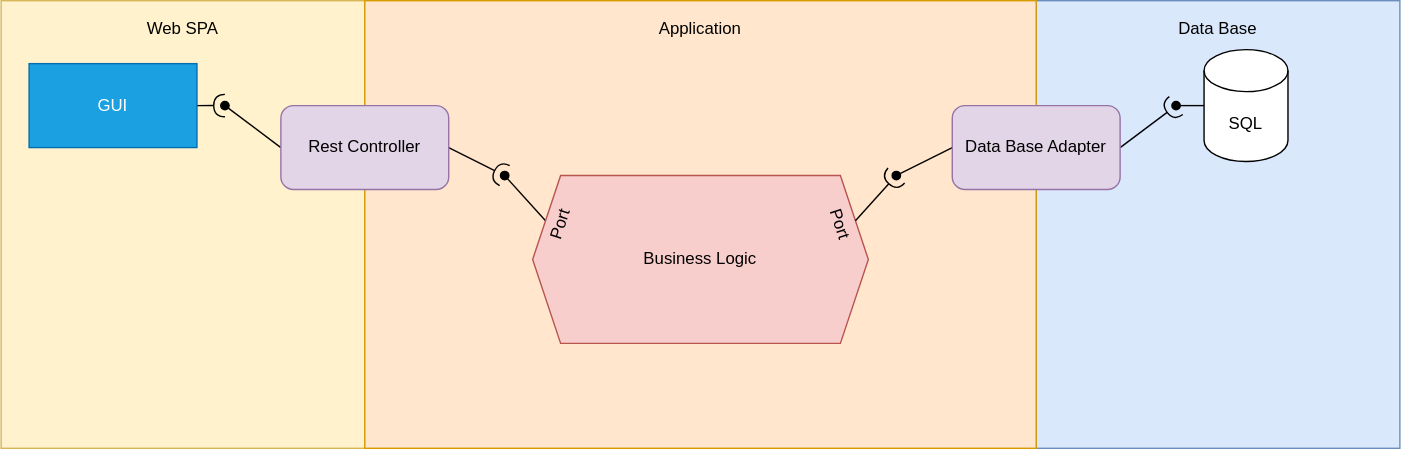
The draw.io diagram images/charts/component.svg in Mihyich/PPO, before a commit. Source tidied: cells renumbered, new cells last; positions are measured from the earlier drawing's top-left corner, leaving out a move shared by most shapes. Its diagram source:
```xml
<mxGraphModel>
  <root>
    <mxCell id="0" />
    <mxCell id="1" parent="0" />
    <mxCell id="2" style="rounded=0;whiteSpace=wrap;html=1;fillColor=#fff2cc;strokeColor=#d6b656;" parent="1" vertex="1">
      <mxGeometry width="260" height="320" as="geometry" />
    </mxCell>
    <mxCell id="3" style="rounded=0;whiteSpace=wrap;html=1;fillColor=#dae8fc;strokeColor=#6c8ebf;" parent="1" vertex="1">
      <mxGeometry x="740" width="260" height="320" as="geometry" />
    </mxCell>
    <mxCell id="4" style="rounded=0;whiteSpace=wrap;html=1;fillColor=#ffe6cc;strokeColor=#d79b00;" parent="1" vertex="1">
      <mxGeometry x="260" width="480" height="320" as="geometry" />
    </mxCell>
    <mxCell id="5" style="edgeStyle=none;html=1;exitX=0;exitY=0.25;exitDx=0;exitDy=0;endArrow=oval;endFill=1;" parent="1" edge="1" source="6">
      <mxGeometry relative="1" as="geometry">
        <mxPoint x="360" y="125" as="targetPoint" />
      </mxGeometry>
    </mxCell>
    <mxCell id="6" value="Business Logic" style="shape=hexagon;perimeter=hexagonPerimeter2;whiteSpace=wrap;html=1;fixedSize=1;fillColor=#f8cecc;strokeColor=#b85450;" parent="1" vertex="1">
      <mxGeometry x="380" y="125" width="240" height="120" as="geometry" />
    </mxCell>
    <mxCell id="7" value="Port" style="text;html=1;align=center;verticalAlign=middle;whiteSpace=wrap;rounded=0;rotation=-72;" parent="1" vertex="1">
      <mxGeometry x="370" y="145" width="60" height="30" as="geometry" />
    </mxCell>
    <mxCell id="8" value="Port" style="text;html=1;align=center;verticalAlign=middle;whiteSpace=wrap;rounded=0;rotation=72;" parent="1" vertex="1">
      <mxGeometry x="570" y="145" width="60" height="30" as="geometry" />
    </mxCell>
    <mxCell id="9" style="edgeStyle=none;html=1;exitX=1;exitY=0.5;exitDx=0;exitDy=0;endArrow=halfCircle;endFill=0;" parent="1" edge="1" source="10">
      <mxGeometry relative="1" as="geometry">
        <mxPoint x="160" y="74.9" as="targetPoint" />
      </mxGeometry>
    </mxCell>
    <mxCell id="10" value="GUI" style="rounded=0;whiteSpace=wrap;html=1;fillColor=#1ba1e2;strokeColor=#006EAF;fontColor=#ffffff;" parent="1" vertex="1">
      <mxGeometry x="20" y="45" width="120" height="60" as="geometry" />
    </mxCell>
    <mxCell id="11" style="edgeStyle=none;html=1;exitX=1;exitY=0.5;exitDx=0;exitDy=0;endArrow=halfCircle;endFill=0;" parent="1" edge="1" source="13">
      <mxGeometry relative="1" as="geometry">
        <mxPoint x="360" y="125" as="targetPoint" />
      </mxGeometry>
    </mxCell>
    <mxCell id="12" style="edgeStyle=none;html=1;exitX=0;exitY=0.5;exitDx=0;exitDy=0;endArrow=oval;endFill=1;" parent="1" edge="1" source="13">
      <mxGeometry relative="1" as="geometry">
        <mxPoint x="160" y="75" as="targetPoint" />
      </mxGeometry>
    </mxCell>
    <mxCell id="13" value="Rest Controller" style="rounded=1;whiteSpace=wrap;html=1;fillColor=#e1d5e7;strokeColor=#9673a6;" parent="1" vertex="1">
      <mxGeometry x="200" y="75" width="120" height="60" as="geometry" />
    </mxCell>
    <mxCell id="14" style="html=1;exitX=0;exitY=0.5;exitDx=0;exitDy=0;endArrow=oval;endFill=1;" parent="1" edge="1" source="16">
      <mxGeometry relative="1" as="geometry">
        <mxPoint x="640" y="125" as="targetPoint" />
      </mxGeometry>
    </mxCell>
    <mxCell id="15" style="edgeStyle=none;html=1;exitX=1;exitY=0.5;exitDx=0;exitDy=0;endArrow=halfCircle;endFill=0;" parent="1" edge="1" source="16">
      <mxGeometry relative="1" as="geometry">
        <mxPoint x="840" y="75" as="targetPoint" />
      </mxGeometry>
    </mxCell>
    <mxCell id="16" value="Data Base Adapter" style="rounded=1;whiteSpace=wrap;html=1;fillColor=#e1d5e7;strokeColor=#9673a6;" parent="1" vertex="1">
      <mxGeometry x="680" y="75" width="120" height="60" as="geometry" />
    </mxCell>
    <mxCell id="17" value="Application" style="text;html=1;align=center;verticalAlign=middle;whiteSpace=wrap;rounded=0;" parent="1" vertex="1">
      <mxGeometry x="470" y="5" width="60" height="30" as="geometry" />
    </mxCell>
    <mxCell id="18" value="Data Base" style="text;html=1;align=center;verticalAlign=middle;whiteSpace=wrap;rounded=0;" parent="1" vertex="1">
      <mxGeometry x="840" y="5" width="60" height="30" as="geometry" />
    </mxCell>
    <mxCell id="19" value="Web SPA" style="text;html=1;align=center;verticalAlign=middle;whiteSpace=wrap;rounded=0;" parent="1" vertex="1">
      <mxGeometry x="100" y="5" width="60" height="30" as="geometry" />
    </mxCell>
    <mxCell id="20" style="html=1;exitX=1;exitY=0.25;exitDx=0;exitDy=0;endArrow=halfCircle;endFill=0;" parent="1" edge="1" source="6">
      <mxGeometry relative="1" as="geometry">
        <mxPoint x="640" y="125" as="targetPoint" />
      </mxGeometry>
    </mxCell>
    <mxCell id="21" style="edgeStyle=none;html=1;exitX=0;exitY=0.5;exitDx=0;exitDy=0;exitPerimeter=0;endArrow=oval;endFill=1;" parent="1" edge="1" source="22">
      <mxGeometry relative="1" as="geometry">
        <mxPoint x="840" y="75" as="targetPoint" />
      </mxGeometry>
    </mxCell>
    <mxCell id="22" value="SQL" style="shape=cylinder3;whiteSpace=wrap;html=1;boundedLbl=1;backgroundOutline=1;size=15;" parent="1" vertex="1">
      <mxGeometry x="860" y="35" width="60" height="80" as="geometry" />
    </mxCell>
  </root>
</mxGraphModel>
```
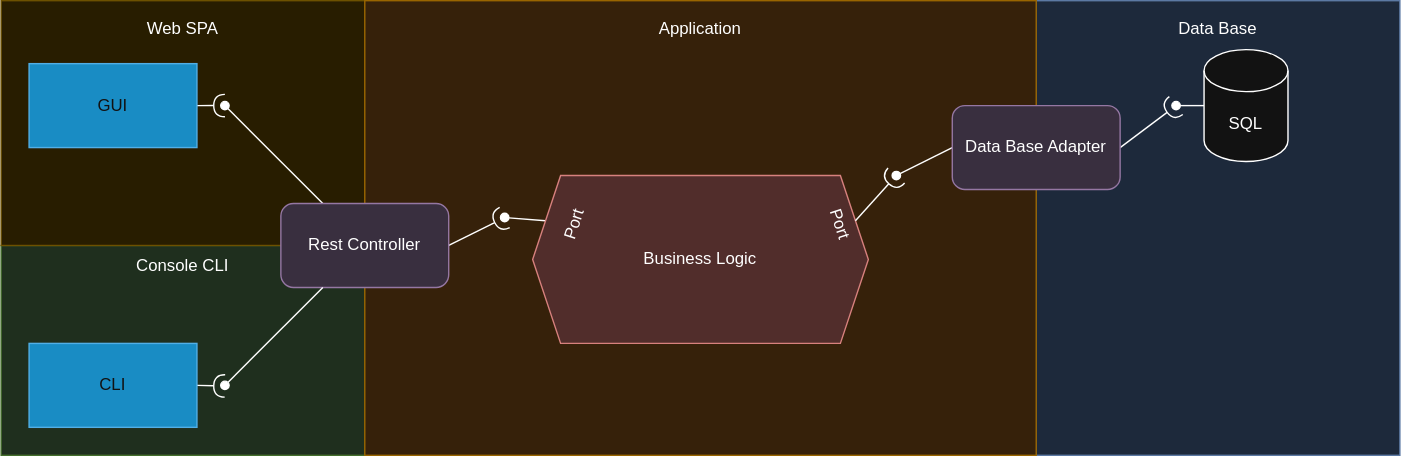
The same diagram one commit later.

Commit message:
Обновлены диаграммы

Change to the diagram source:
```diff
@@ -2,25 +2,28 @@
   <root>
     <mxCell id="0" />
     <mxCell id="1" parent="0" />
+    <mxCell id="23" style="rounded=0;whiteSpace=wrap;html=1;fillColor=#d5e8d4;strokeColor=#82b366;" parent="1" vertex="1">
+      <mxGeometry y="175" width="260" height="150" as="geometry" />
+    </mxCell>
     <mxCell id="2" style="rounded=0;whiteSpace=wrap;html=1;fillColor=#fff2cc;strokeColor=#d6b656;" parent="1" vertex="1">
-      <mxGeometry width="260" height="320" as="geometry" />
+      <mxGeometry width="260" height="175" as="geometry" />
     </mxCell>
     <mxCell id="3" style="rounded=0;whiteSpace=wrap;html=1;fillColor=#dae8fc;strokeColor=#6c8ebf;" parent="1" vertex="1">
-      <mxGeometry x="740" width="260" height="320" as="geometry" />
+      <mxGeometry x="740" width="260" height="325" as="geometry" />
     </mxCell>
     <mxCell id="4" style="rounded=0;whiteSpace=wrap;html=1;fillColor=#ffe6cc;strokeColor=#d79b00;" parent="1" vertex="1">
-      <mxGeometry x="260" width="480" height="320" as="geometry" />
+      <mxGeometry x="260" width="480" height="325" as="geometry" />
     </mxCell>
     <mxCell id="5" style="edgeStyle=none;html=1;exitX=0;exitY=0.25;exitDx=0;exitDy=0;endArrow=oval;endFill=1;" parent="1" edge="1" source="6">
       <mxGeometry relative="1" as="geometry">
-        <mxPoint x="360" y="125" as="targetPoint" />
+        <mxPoint x="360" y="155" as="targetPoint" />
       </mxGeometry>
     </mxCell>
     <mxCell id="6" value="Business Logic" style="shape=hexagon;perimeter=hexagonPerimeter2;whiteSpace=wrap;html=1;fixedSize=1;fillColor=#f8cecc;strokeColor=#b85450;" parent="1" vertex="1">
       <mxGeometry x="380" y="125" width="240" height="120" as="geometry" />
     </mxCell>
     <mxCell id="7" value="Port" style="text;html=1;align=center;verticalAlign=middle;whiteSpace=wrap;rounded=0;rotation=-72;" parent="1" vertex="1">
-      <mxGeometry x="370" y="145" width="60" height="30" as="geometry" />
+      <mxGeometry x="380" y="145" width="60" height="30" as="geometry" />
     </mxCell>
     <mxCell id="8" value="Port" style="text;html=1;align=center;verticalAlign=middle;whiteSpace=wrap;rounded=0;rotation=72;" parent="1" vertex="1">
       <mxGeometry x="570" y="145" width="60" height="30" as="geometry" />
@@ -35,16 +38,16 @@
     </mxCell>
     <mxCell id="11" style="edgeStyle=none;html=1;exitX=1;exitY=0.5;exitDx=0;exitDy=0;endArrow=halfCircle;endFill=0;" parent="1" edge="1" source="13">
       <mxGeometry relative="1" as="geometry">
-        <mxPoint x="360" y="125" as="targetPoint" />
+        <mxPoint x="360" y="155" as="targetPoint" />
       </mxGeometry>
     </mxCell>
-    <mxCell id="12" style="edgeStyle=none;html=1;exitX=0;exitY=0.5;exitDx=0;exitDy=0;endArrow=oval;endFill=1;" parent="1" edge="1" source="13">
+    <mxCell id="12" style="edgeStyle=none;html=1;endArrow=oval;endFill=1;" parent="1" edge="1" source="13">
       <mxGeometry relative="1" as="geometry">
         <mxPoint x="160" y="75" as="targetPoint" />
       </mxGeometry>
     </mxCell>
     <mxCell id="13" value="Rest Controller" style="rounded=1;whiteSpace=wrap;html=1;fillColor=#e1d5e7;strokeColor=#9673a6;" parent="1" vertex="1">
-      <mxGeometry x="200" y="75" width="120" height="60" as="geometry" />
+      <mxGeometry x="200" y="145" width="120" height="60" as="geometry" />
     </mxCell>
     <mxCell id="14" style="html=1;exitX=0;exitY=0.5;exitDx=0;exitDy=0;endArrow=oval;endFill=1;" parent="1" edge="1" source="16">
       <mxGeometry relative="1" as="geometry">
@@ -66,7 +69,7 @@
       <mxGeometry x="840" y="5" width="60" height="30" as="geometry" />
     </mxCell>
     <mxCell id="19" value="Web SPA" style="text;html=1;align=center;verticalAlign=middle;whiteSpace=wrap;rounded=0;" parent="1" vertex="1">
-      <mxGeometry x="100" y="5" width="60" height="30" as="geometry" />
+      <mxGeometry y="5" width="260" height="30" as="geometry" />
     </mxCell>
     <mxCell id="20" style="html=1;exitX=1;exitY=0.25;exitDx=0;exitDy=0;endArrow=halfCircle;endFill=0;" parent="1" edge="1" source="6">
       <mxGeometry relative="1" as="geometry">
@@ -81,5 +84,21 @@
     <mxCell id="22" value="SQL" style="shape=cylinder3;whiteSpace=wrap;html=1;boundedLbl=1;backgroundOutline=1;size=15;" parent="1" vertex="1">
       <mxGeometry x="860" y="35" width="60" height="80" as="geometry" />
     </mxCell>
+    <mxCell id="24" style="edgeStyle=none;html=1;exitX=1;exitY=0.5;exitDx=0;exitDy=0;endArrow=halfCircle;endFill=0;" parent="1" edge="1" source="25">
+      <mxGeometry relative="1" as="geometry">
+        <mxPoint x="160" y="275.4" as="targetPoint" />
+      </mxGeometry>
+    </mxCell>
+    <mxCell id="25" value="CLI" style="rounded=0;whiteSpace=wrap;html=1;fillColor=#1ba1e2;strokeColor=#006EAF;fontColor=#ffffff;" parent="1" vertex="1">
+      <mxGeometry x="20" y="245" width="120" height="60" as="geometry" />
+    </mxCell>
+    <mxCell id="26" style="edgeStyle=none;html=1;endArrow=oval;endFill=1;" parent="1" edge="1" source="13">
+      <mxGeometry relative="1" as="geometry">
+        <mxPoint x="160" y="275" as="targetPoint" />
+      </mxGeometry>
+    </mxCell>
+    <mxCell id="27" value="Console CLI" style="text;html=1;align=center;verticalAlign=middle;whiteSpace=wrap;rounded=0;" parent="1" vertex="1">
+      <mxGeometry y="175" width="260" height="30" as="geometry" />
+    </mxCell>
   </root>
 </mxGraphModel>
```
